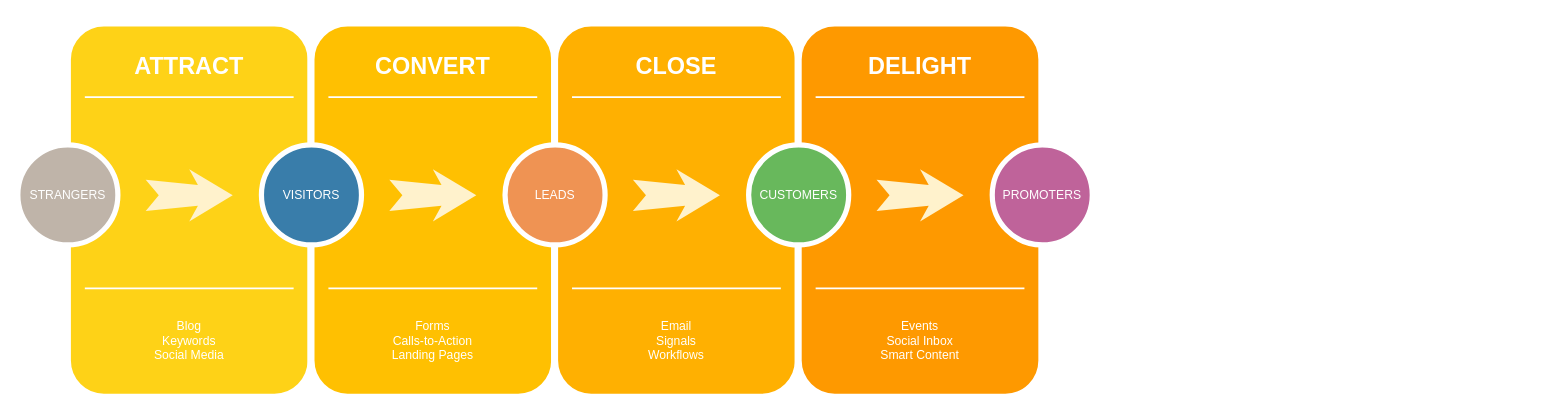
This is Untitled Diagram.drawio from eufcosta/fluxogramas, a draw.io file, before an edit. Source tidied: cells renumbered, new cells numbered last; positions are measured from the earlier drawing's top-left corner, leaving out a move shared by most shapes. Both pictures are drawn from the tidied source at 87%, with x=0, y=0 at pixel (17, 23).
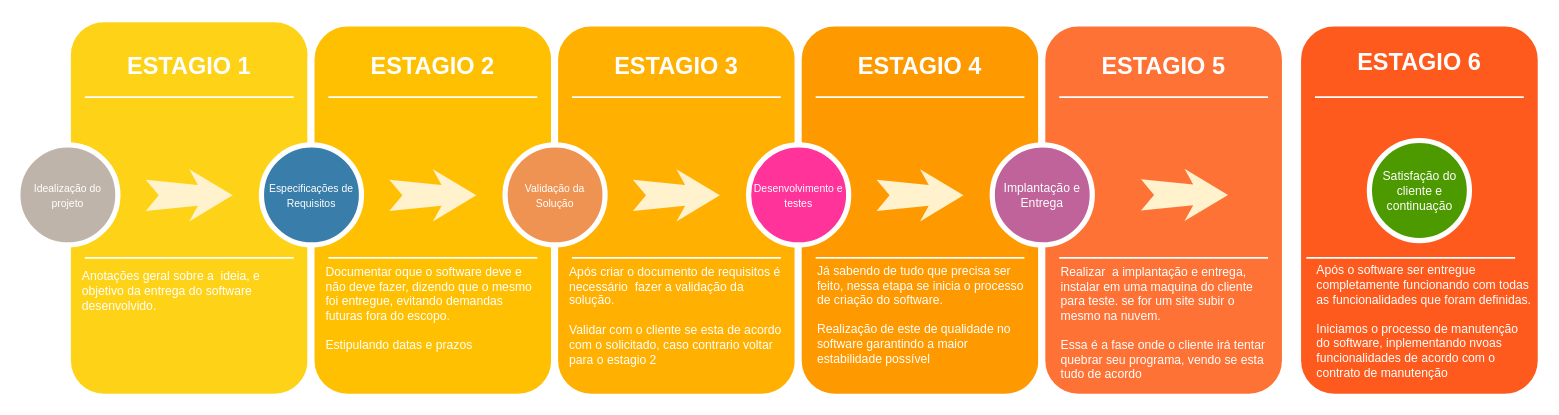
Above is the later version.

Commit message:
LP - Etapas de um desenvolvimento de software

Change to the diagram source:
```diff
@@
     <mxCell id="2" style="whiteSpace=wrap;html=1;rounded=1;shadow=0;strokeWidth=8;fontSize=20;align=center;fillColor=#FED217;strokeColor=#FFFFFF;" parent="1" vertex="1">
-      <mxGeometry x="57" width="280" height="430" as="geometry" />
+      <mxGeometry x="57" y="-5" width="280" height="435" as="geometry" />
     </mxCell>
-    <mxCell id="3" value="ATTRACT" style="text;html=1;strokeColor=none;fillColor=none;align=center;verticalAlign=middle;whiteSpace=wrap;rounded=0;shadow=0;fontSize=27;fontColor=#FFFFFF;fontStyle=1;" parent="1" vertex="1">
+    <mxCell id="3" value="ESTAGIO 1" style="text;html=1;strokeColor=none;fillColor=none;align=center;verticalAlign=middle;whiteSpace=wrap;rounded=0;shadow=0;fontSize=27;fontColor=#FFFFFF;fontStyle=1;" parent="1" vertex="1">
       <mxGeometry x="57" y="20" width="280" height="60" as="geometry" />
     </mxCell>
-    <mxCell id="4" value="Blog&lt;div&gt;Keywords&lt;/div&gt;&lt;div&gt;Social Media&lt;/div&gt;" style="text;html=1;strokeColor=none;fillColor=none;align=center;verticalAlign=middle;whiteSpace=wrap;rounded=0;shadow=0;fontSize=14;fontColor=#FFFFFF;" parent="1" vertex="1">
-      <mxGeometry x="57" y="320" width="280" height="90" as="geometry" />
+    <mxCell id="4" value="&lt;span style=&quot;background-color: initial;&quot;&gt;Anotações geral sobre a&amp;nbsp; ideia, e objetivo da entrega do software desenvolvido.&lt;/span&gt;" style="text;html=1;strokeColor=none;fillColor=none;align=left;verticalAlign=middle;whiteSpace=wrap;rounded=0;shadow=0;fontSize=14;fontColor=#FFFFFF;" parent="1" vertex="1">
+      <mxGeometry x="72" y="275" width="250" height="65" as="geometry" />
     </mxCell>
@@
-    <mxCell id="6" style="line;strokeWidth=2;html=1;rounded=0;shadow=0;fontSize=27;align=center;fillColor=none;strokeColor=#FFFFFF;" parent="1" vertex="1">
-      <mxGeometry x="77" y="300" width="240" height="10" as="geometry" />
-    </mxCell>
-    <mxCell id="7" value="STRANGERS" style="ellipse;whiteSpace=wrap;html=1;rounded=0;shadow=0;strokeWidth=6;fontSize=14;align=center;fillColor=#BFB4A9;strokeColor=#FFFFFF;fontColor=#FFFFFF;" parent="1" vertex="1">
+    <mxCell id="7" value="&lt;font style=&quot;font-size: 12px;&quot;&gt;Idealização do projeto&lt;/font&gt;" style="ellipse;whiteSpace=wrap;html=1;rounded=0;shadow=0;strokeWidth=6;fontSize=14;align=center;fillColor=#BFB4A9;strokeColor=#FFFFFF;fontColor=#FFFFFF;" parent="1" vertex="1">
       <mxGeometry y="140" width="115" height="115" as="geometry" />
     </mxCell>
@@
-    <mxCell id="10" value="CONVERT" style="text;html=1;strokeColor=none;fillColor=none;align=center;verticalAlign=middle;whiteSpace=wrap;rounded=0;shadow=0;fontSize=27;fontColor=#FFFFFF;fontStyle=1;" parent="1" vertex="1">
+    <mxCell id="10" value="ESTAGIO 2" style="text;html=1;strokeColor=none;fillColor=none;align=center;verticalAlign=middle;whiteSpace=wrap;rounded=0;shadow=0;fontSize=27;fontColor=#FFFFFF;fontStyle=1;" parent="1" vertex="1">
       <mxGeometry x="337" y="20" width="280" height="60" as="geometry" />
     </mxCell>
-    <mxCell id="11" value="Forms&lt;div&gt;Calls-to-Action&lt;/div&gt;&lt;div&gt;Landing Pages&lt;/div&gt;" style="text;html=1;strokeColor=none;fillColor=none;align=center;verticalAlign=middle;whiteSpace=wrap;rounded=0;shadow=0;fontSize=14;fontColor=#FFFFFF;" parent="1" vertex="1">
-      <mxGeometry x="337" y="320" width="280" height="90" as="geometry" />
-    </mxCell>
@@
     <mxCell id="13" style="line;strokeWidth=2;html=1;rounded=0;shadow=0;fontSize=27;align=center;fillColor=none;strokeColor=#FFFFFF;" parent="1" vertex="1">
-      <mxGeometry x="357" y="300" width="240" height="10" as="geometry" />
+      <mxGeometry x="357" y="265" width="240" height="10" as="geometry" />
     </mxCell>
-    <mxCell id="14" value="VISITORS" style="ellipse;whiteSpace=wrap;html=1;rounded=0;shadow=0;strokeWidth=6;fontSize=14;align=center;fillColor=#397DAA;strokeColor=#FFFFFF;fontColor=#FFFFFF;" parent="1" vertex="1">
+    <mxCell id="14" value="&lt;font style=&quot;font-size: 12px;&quot;&gt;Especificações de Requisitos&lt;/font&gt;" style="ellipse;whiteSpace=wrap;html=1;rounded=0;shadow=0;strokeWidth=6;fontSize=14;align=center;fillColor=#397DAA;strokeColor=#FFFFFF;fontColor=#FFFFFF;" parent="1" vertex="1">
       <mxGeometry x="280" y="140" width="115" height="115" as="geometry" />
     </mxCell>
@@
-    <mxCell id="17" value="CLOSE" style="text;html=1;strokeColor=none;fillColor=none;align=center;verticalAlign=middle;whiteSpace=wrap;rounded=0;shadow=0;fontSize=27;fontColor=#FFFFFF;fontStyle=1;" parent="1" vertex="1">
+    <mxCell id="17" value="ESTAGIO 3" style="text;html=1;strokeColor=none;fillColor=none;align=center;verticalAlign=middle;whiteSpace=wrap;rounded=0;shadow=0;fontSize=27;fontColor=#FFFFFF;fontStyle=1;" parent="1" vertex="1">
       <mxGeometry x="617" y="20" width="280" height="60" as="geometry" />
     </mxCell>
-    <mxCell id="18" value="Email&lt;div&gt;Signals&lt;/div&gt;&lt;div&gt;Workflows&lt;/div&gt;" style="text;html=1;strokeColor=none;fillColor=none;align=center;verticalAlign=middle;whiteSpace=wrap;rounded=0;shadow=0;fontSize=14;fontColor=#FFFFFF;" parent="1" vertex="1">
-      <mxGeometry x="617" y="320" width="280" height="90" as="geometry" />
-    </mxCell>
@@
     <mxCell id="20" style="line;strokeWidth=2;html=1;rounded=0;shadow=0;fontSize=27;align=center;fillColor=none;strokeColor=#FFFFFF;" parent="1" vertex="1">
-      <mxGeometry x="637" y="300" width="240" height="10" as="geometry" />
+      <mxGeometry x="637" y="265" width="240" height="10" as="geometry" />
     </mxCell>
-    <mxCell id="21" value="LEADS" style="ellipse;whiteSpace=wrap;html=1;rounded=0;shadow=0;strokeWidth=6;fontSize=14;align=center;fillColor=#EF9353;strokeColor=#FFFFFF;fontColor=#FFFFFF;" parent="1" vertex="1">
+    <mxCell id="21" value="&lt;font style=&quot;font-size: 12px;&quot;&gt;Validação da Solução&lt;/font&gt;" style="ellipse;whiteSpace=wrap;html=1;rounded=0;shadow=0;strokeWidth=6;fontSize=14;align=center;fillColor=#EF9353;strokeColor=#FFFFFF;fontColor=#FFFFFF;" parent="1" vertex="1">
       <mxGeometry x="560" y="140" width="115" height="115" as="geometry" />
     </mxCell>
@@
-    <mxCell id="24" value="DELIGHT" style="text;html=1;strokeColor=none;fillColor=none;align=center;verticalAlign=middle;whiteSpace=wrap;rounded=0;shadow=0;fontSize=27;fontColor=#FFFFFF;fontStyle=1;" parent="1" vertex="1">
+    <mxCell id="24" value="ESTAGIO 4" style="text;html=1;strokeColor=none;fillColor=none;align=center;verticalAlign=middle;whiteSpace=wrap;rounded=0;shadow=0;fontSize=27;fontColor=#FFFFFF;fontStyle=1;" parent="1" vertex="1">
       <mxGeometry x="897" y="20" width="280" height="60" as="geometry" />
     </mxCell>
-    <mxCell id="25" value="Events&lt;div&gt;Social Inbox&lt;/div&gt;&lt;div&gt;Smart Content&lt;/div&gt;" style="text;html=1;strokeColor=none;fillColor=none;align=center;verticalAlign=middle;whiteSpace=wrap;rounded=0;shadow=0;fontSize=14;fontColor=#FFFFFF;" parent="1" vertex="1">
-      <mxGeometry x="897" y="320" width="280" height="90" as="geometry" />
-    </mxCell>
@@
     <mxCell id="27" style="line;strokeWidth=2;html=1;rounded=0;shadow=0;fontSize=27;align=center;fillColor=none;strokeColor=#FFFFFF;" parent="1" vertex="1">
-      <mxGeometry x="917" y="300" width="240" height="10" as="geometry" />
+      <mxGeometry x="917" y="265" width="240" height="10" as="geometry" />
     </mxCell>
-    <mxCell id="28" value="CUSTOMERS" style="ellipse;whiteSpace=wrap;html=1;rounded=0;shadow=0;strokeWidth=6;fontSize=14;align=center;fillColor=#68B85C;strokeColor=#FFFFFF;fontColor=#FFFFFF;" parent="1" vertex="1">
+    <mxCell id="28" value="&lt;font style=&quot;font-size: 12px;&quot;&gt;Desenvolvimento e testes&lt;/font&gt;" style="ellipse;whiteSpace=wrap;html=1;rounded=0;shadow=0;strokeWidth=6;fontSize=14;align=center;fillColor=#FF3399;strokeColor=#FFFFFF;fontColor=#FFFFFF;" parent="1" vertex="1">
       <mxGeometry x="840" y="140" width="115" height="115" as="geometry" />
     </mxCell>
@@
+    <mxCell id="31" style="whiteSpace=wrap;html=1;rounded=1;shadow=0;strokeWidth=8;fontSize=20;align=center;fillColor=#FF7236;strokeColor=#FFFFFF;" parent="1" vertex="1">
+      <mxGeometry x="1177" width="280" height="430" as="geometry" />
+    </mxCell>
+    <mxCell id="32" value="ESTAGIO 5" style="text;html=1;strokeColor=none;fillColor=none;align=center;verticalAlign=middle;whiteSpace=wrap;rounded=0;shadow=0;fontSize=27;fontColor=#FFFFFF;fontStyle=1;" parent="1" vertex="1">
+      <mxGeometry x="1177" y="20" width="280" height="60" as="geometry" />
+    </mxCell>
+    <mxCell id="33" style="html=1;shadow=0;dashed=0;align=center;verticalAlign=middle;shape=mxgraph.arrows2.stylisedArrow;dy=0.6;dx=40;notch=15;feather=0.4;rounded=0;strokeWidth=1;fontSize=27;strokeColor=none;fillColor=#fff2cc;" parent="1" vertex="1">
+      <mxGeometry x="1291" y="167.5" width="100" height="60" as="geometry" />
+    </mxCell>
-    <mxCell id="30" value="PROMOTERS" style="ellipse;whiteSpace=wrap;html=1;rounded=0;shadow=0;strokeWidth=6;fontSize=14;align=center;fillColor=#BF639A;strokeColor=#FFFFFF;fontColor=#FFFFFF;" parent="1" vertex="1">
+    <mxCell id="30" value="Implantação e Entrega" style="ellipse;whiteSpace=wrap;html=1;rounded=0;shadow=0;strokeWidth=6;fontSize=14;align=center;fillColor=#BF639A;strokeColor=#FFFFFF;fontColor=#FFFFFF;" parent="1" vertex="1">
       <mxGeometry x="1120" y="140" width="115" height="115" as="geometry" />
     </mxCell>
+    <mxCell id="34" style="line;strokeWidth=2;html=1;rounded=0;shadow=0;fontSize=27;align=center;fillColor=none;strokeColor=#FFFFFF;" parent="1" vertex="1">
+      <mxGeometry x="1197" y="265" width="240" height="10" as="geometry" />
+    </mxCell>
+    <mxCell id="35" style="whiteSpace=wrap;html=1;rounded=1;shadow=0;strokeWidth=8;fontSize=20;align=center;fillColor=#FE5A1E;strokeColor=#FFFFFF;" parent="1" vertex="1">
+      <mxGeometry x="1471" width="280" height="430" as="geometry" />
+    </mxCell>
+    <mxCell id="36" style="line;strokeWidth=2;html=1;rounded=0;shadow=0;fontSize=27;align=center;fillColor=none;strokeColor=#FFFFFF;" parent="1" vertex="1">
+      <mxGeometry x="1197" y="80" width="240" height="10" as="geometry" />
+    </mxCell>
+    <mxCell id="37" style="line;strokeWidth=2;html=1;rounded=0;shadow=0;fontSize=27;align=center;fillColor=none;strokeColor=#FFFFFF;" parent="1" vertex="1">
+      <mxGeometry x="1481" y="265" width="240" height="10" as="geometry" />
+    </mxCell>
+    <mxCell id="38" style="line;strokeWidth=2;html=1;rounded=0;shadow=0;fontSize=27;align=center;fillColor=none;strokeColor=#FFFFFF;" parent="1" vertex="1">
+      <mxGeometry x="1491" y="80" width="240" height="10" as="geometry" />
+    </mxCell>
+    <mxCell id="39" value="ESTAGIO 6" style="text;html=1;strokeColor=none;fillColor=none;align=center;verticalAlign=middle;whiteSpace=wrap;rounded=0;shadow=0;fontSize=27;fontColor=#FFFFFF;fontStyle=1;" parent="1" vertex="1">
+      <mxGeometry x="1471" y="15" width="280" height="60" as="geometry" />
+    </mxCell>
+    <mxCell id="40" value="Satisfação do cliente e continuação" style="ellipse;whiteSpace=wrap;html=1;rounded=0;shadow=0;strokeWidth=6;fontSize=14;align=center;fillColor=#4D9900;strokeColor=#FFFFFF;fontColor=#FFFFFF;" parent="1" vertex="1">
+      <mxGeometry x="1553.5" y="135" width="115" height="115" as="geometry" />
+    </mxCell>
+    <mxCell id="41" value="Documentar oque o software deve e não deve fazer, dizendo que o mesmo foi entregue, evitando demandas futuras fora do escopo.&lt;br&gt;&lt;br&gt;Estipulando datas e prazos&amp;nbsp;" style="text;html=1;strokeColor=none;fillColor=none;align=left;verticalAlign=middle;whiteSpace=wrap;rounded=0;shadow=0;fontSize=14;fontColor=#FFFFFF;" parent="1" vertex="1">
+      <mxGeometry x="352" y="275" width="250" height="105" as="geometry" />
+    </mxCell>
+    <mxCell id="42" value="Realizar&amp;nbsp; a implantação e entrega, instalar em uma maquina do cliente para teste. se for um site subir o mesmo na nuvem.&lt;br&gt;&lt;br&gt;Essa é a fase onde o cliente irá tentar quebrar seu programa, vendo se esta tudo de acordo" style="text;html=1;strokeColor=none;fillColor=none;align=left;verticalAlign=middle;whiteSpace=wrap;rounded=0;shadow=0;fontSize=14;fontColor=#FFFFFF;" parent="1" vertex="1">
+      <mxGeometry x="1197" y="275" width="250" height="140" as="geometry" />
+    </mxCell>
+    <mxCell id="43" value="Após criar o documento de requisitos é necessário&amp;nbsp; fazer a validação da solução.&lt;br&gt;&lt;br&gt;Validar com o cliente se esta de acordo com o solicitado, caso contrario voltar para o estagio 2" style="text;html=1;strokeColor=none;fillColor=none;align=left;verticalAlign=middle;whiteSpace=wrap;rounded=0;shadow=0;fontSize=14;fontColor=#FFFFFF;" parent="1" vertex="1">
+      <mxGeometry x="632" y="295" width="250" height="82.5" as="geometry" />
+    </mxCell>
+    <mxCell id="44" value="Já sabendo de tudo que precisa ser feito, nessa etapa se inicia o processo de criação do software.&lt;br&gt;&lt;br&gt;Realização de este de qualidade no software garantindo a maior estabilidade possível" style="text;html=1;strokeColor=none;fillColor=none;align=left;verticalAlign=middle;whiteSpace=wrap;rounded=0;shadow=0;fontSize=14;fontColor=#FFFFFF;" parent="1" vertex="1">
+      <mxGeometry x="917" y="275" width="250" height="120" as="geometry" />
+    </mxCell>
+    <mxCell id="45" value="Após o software ser entregue completamente funcionando com todas as funcionalidades que foram definidas.&lt;br&gt;&lt;br&gt;Iniciamos o processo de manutenção do software, inplementando nvoas funcionalidades de acordo com o contrato de manutenção" style="text;html=1;strokeColor=none;fillColor=none;align=left;verticalAlign=middle;whiteSpace=wrap;rounded=0;shadow=0;fontSize=14;fontColor=#FFFFFF;" parent="1" vertex="1">
+      <mxGeometry x="1491" y="290" width="250" height="105" as="geometry" />
+    </mxCell>
+    <mxCell id="46" style="line;strokeWidth=2;html=1;rounded=0;shadow=0;fontSize=27;align=center;fillColor=none;strokeColor=#FFFFFF;" parent="1" vertex="1">
+      <mxGeometry x="77" y="265" width="240" height="10" as="geometry" />
+    </mxCell>
```
